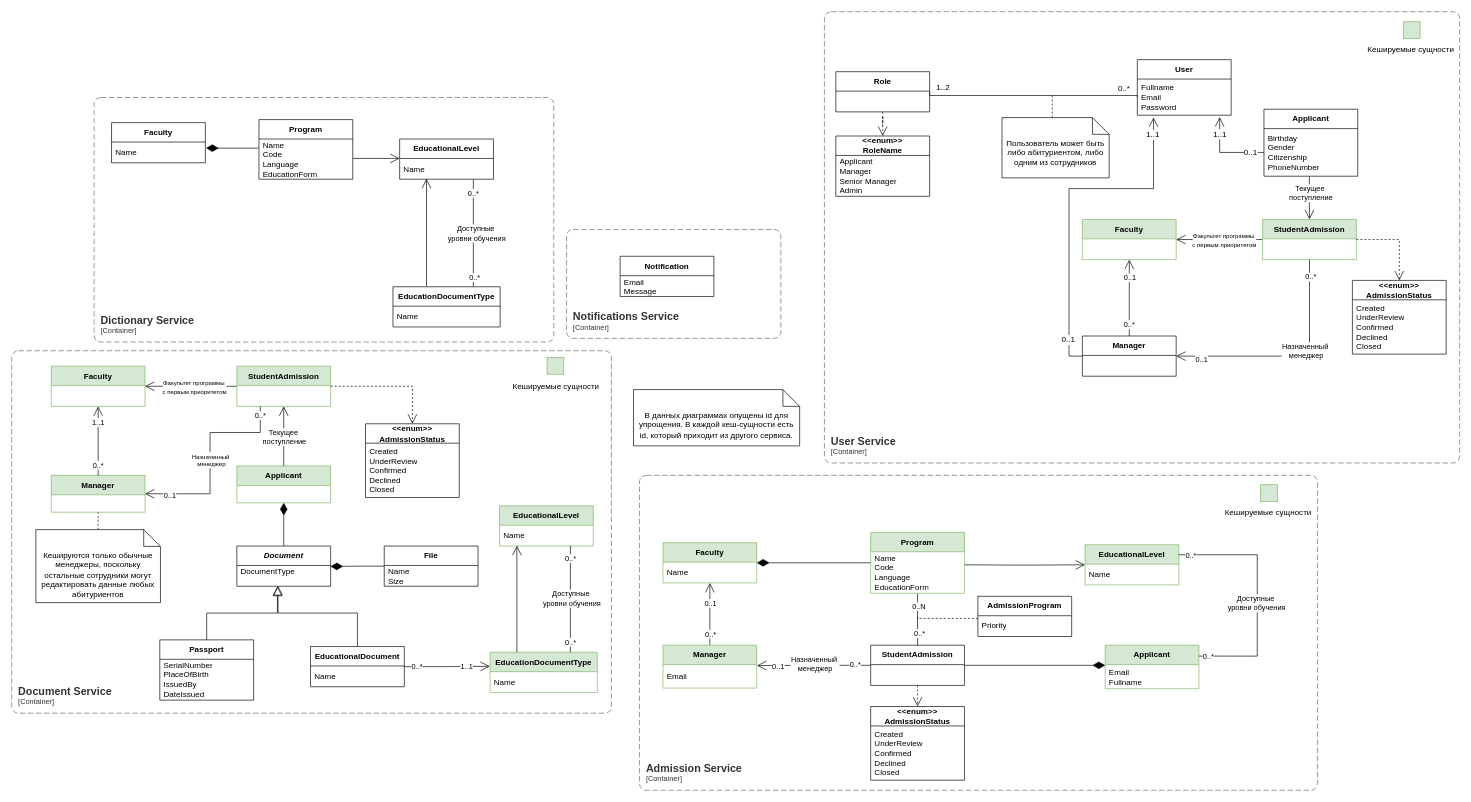
This is page "Class diagram" (4 of 7) of AdmissionSystem.drawio.xml from kubavsop/UniversityAdmission, a draw.io file, before an edit. Source tidied: cells renumbered, new cells numbered last; positions are measured from the earlier drawing's top-left corner, leaving out a move shared by most shapes. Both pictures are drawn from the tidied source at 67%, with x=0, y=0 at pixel (11, 11).
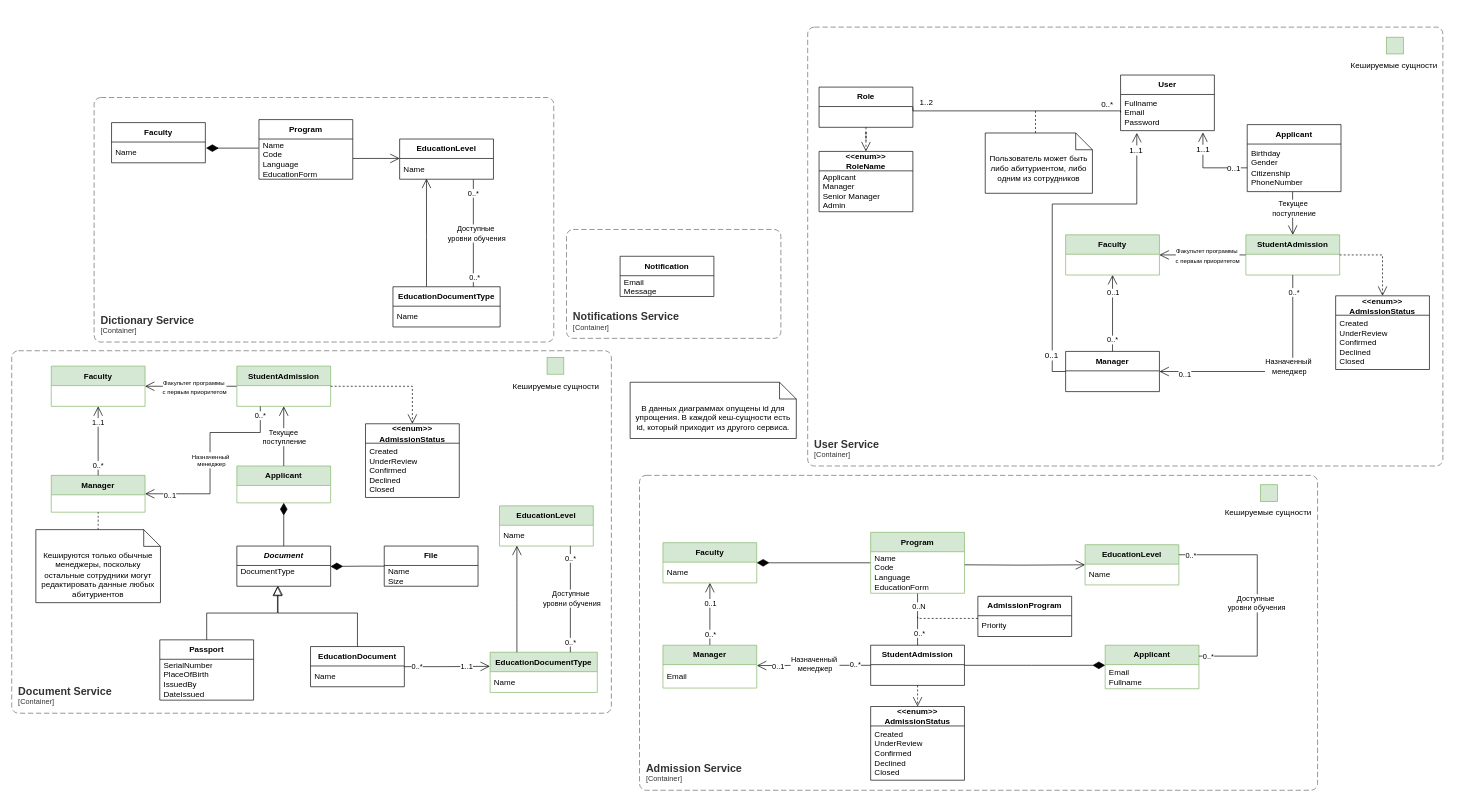
The same diagram, later.

The change refers to these unchanged cells:
```xml
<mxCell id="10" value="Fullname&lt;div&gt;Email&lt;/div&gt;&lt;div&gt;Password&lt;/div&gt;" style="text;html=1;strokeColor=none;fillColor=none;align=left;verticalAlign=middle;spacingLeft=4;spacingRight=4;overflow=hidden;points=[[0,0.5],[1,0.5]];portConstraint=eastwest;whiteSpace=wrap;" parent="9" vertex="1">
  <mxGeometry y="29" width="140" height="54" as="geometry" />
</mxCell>
<mxCell id="119" value="&lt;div&gt;Birthday&lt;/div&gt;&lt;div&gt;Gender&lt;/div&gt;&lt;div&gt;&lt;span style=&quot;background-color: initial;&quot;&gt;Сitizenship&lt;/span&gt;&lt;br&gt;&lt;/div&gt;&lt;div&gt;PhoneNumber&lt;/div&gt;" style="text;html=1;strokeColor=none;fillColor=none;align=left;verticalAlign=middle;spacingLeft=4;spacingRight=4;overflow=hidden;points=[[0,0.5],[1,0.5]];portConstraint=eastwest;whiteSpace=wrap;" parent="118" vertex="1">
  <mxGeometry y="29" width="140" height="71" as="geometry" />
</mxCell>
```

Change to the diagram source:
```diff
@@
     <object id="3" label="&lt;font style=&quot;font-size: 16px&quot;&gt;&lt;b&gt;&lt;div style=&quot;text-align: left&quot;&gt;%c4Name%&lt;/div&gt;&lt;/b&gt;&lt;/font&gt;&lt;div style=&quot;text-align: left&quot;&gt;[%c4Application%]&lt;/div&gt;" c4Application="Container" c4Name="User Service" placeholders="1">
       <mxCell style="rounded=1;fontSize=11;whiteSpace=wrap;html=1;dashed=1;arcSize=20;fillColor=none;strokeColor=#666666;fontColor=#333333;labelBackgroundColor=none;align=left;verticalAlign=bottom;labelBorderColor=none;spacingTop=0;spacing=10;dashPattern=8 4;perimeter=rectanglePerimeter;noLabel=0;labelPadding=0;absoluteArcSize=1;" parent="1" vertex="1">
-        <mxGeometry x="1213" width="948" height="673.5" as="geometry" />
+        <mxGeometry x="1188" y="23" width="948" height="655" as="geometry" />
       </mxCell>
     </object>
@@
     <mxCell id="6" style="edgeStyle=orthogonalEdgeStyle;rounded=0;jettySize=auto;html=1;entryX=0.173;entryY=1.062;entryDx=0;entryDy=0;endArrow=open;endFill=0;endSize=12;exitX=0;exitY=0.5;exitDx=0;exitDy=0;entryPerimeter=0;" parent="1" edge="1" source="144" target="10">
       <mxGeometry relative="1" as="geometry">
         <Array as="points">
-          <mxPoint x="1578" y="514" />
-          <mxPoint x="1578" y="264" />
-          <mxPoint x="1704" y="264" />
+          <mxPoint x="1553" y="537" />
+          <mxPoint x="1553" y="287" />
+          <mxPoint x="1679" y="287" />
         </Array>
       </mxGeometry>
     </mxCell>
@@
     <mxCell id="9" value="User" style="swimlane;fontStyle=1;align=center;verticalAlign=middle;horizontal=1;startSize=29;html=1;whiteSpace=wrap;" parent="1" vertex="1">
-      <mxGeometry x="1680" y="71.5" width="140" height="83" as="geometry" />
+      <mxGeometry x="1655" y="94.5" width="140" height="83" as="geometry" />
     </mxCell>
@@
     <mxCell id="22" style="edgeStyle=orthogonalEdgeStyle;rounded=0;jettySize=auto;html=1;entryX=0;entryY=0.5;entryDx=0;entryDy=0;endArrow=none;endFill=0;exitX=1;exitY=0.5;exitDx=0;exitDy=0;" parent="1" edge="1" source="24" target="10">
       <mxGeometry relative="1" as="geometry">
         <Array as="points">
-          <mxPoint x="1370" y="125" />
-          <mxPoint x="1680" y="125" />
+          <mxPoint x="1345" y="148" />
+          <mxPoint x="1655" y="148" />
         </Array>
       </mxGeometry>
     </mxCell>
@@
     <mxCell id="24" value="Role" style="swimlane;fontStyle=1;align=center;verticalAlign=middle;horizontal=1;startSize=29;html=1;whiteSpace=wrap;" parent="1" vertex="1">
-      <mxGeometry x="1230" y="89.5" width="140" height="60" as="geometry" />
+      <mxGeometry x="1205" y="112.5" width="140" height="60" as="geometry" />
     </mxCell>
     <mxCell id="25" value="&amp;lt;&amp;lt;enum&amp;gt;&amp;gt;&lt;br&gt;RoleName" style="swimlane;fontStyle=1;align=center;verticalAlign=middle;horizontal=1;startSize=29;html=1;whiteSpace=wrap;" parent="1" vertex="1">
-      <mxGeometry x="1230" y="185.5" width="140" height="90" as="geometry" />
+      <mxGeometry x="1205" y="208.5" width="140" height="90" as="geometry" />
     </mxCell>
@@
     <mxCell id="27" value="1..2" style="text;html=1;align=center;verticalAlign=middle;strokeColor=none;fillColor=none;" parent="1" vertex="1">
-      <mxGeometry x="1370" y="98" width="40" height="30" as="geometry" />
+      <mxGeometry x="1345" y="121" width="40" height="30" as="geometry" />
     </mxCell>
     <mxCell id="28" value="0..*" style="text;html=1;align=center;verticalAlign=middle;strokeColor=none;fillColor=none;" parent="1" vertex="1">
-      <mxGeometry x="1640" y="100" width="40" height="30" as="geometry" />
+      <mxGeometry x="1615" y="123" width="40" height="30" as="geometry" />
     </mxCell>
@@
     <mxCell id="32" style="edgeStyle=orthogonalEdgeStyle;rounded=0;jettySize=auto;html=1;endArrow=none;endFill=0;dashed=1;" parent="1" edge="1" source="33">
       <mxGeometry relative="1" as="geometry">
-        <mxPoint x="1553" y="125" as="targetPoint" />
+        <mxPoint x="1528" y="148" as="targetPoint" />
         <Array as="points">
-          <mxPoint x="1553" y="125" />
+          <mxPoint x="1528" y="148" />
         </Array>
       </mxGeometry>
     </mxCell>
     <mxCell id="33" value="Пользователь может быть либо абитуриентом, либо одним из сотрудников" style="shape=note2;boundedLbl=1;whiteSpace=wrap;html=1;size=25;verticalAlign=top;align=center;" parent="1" vertex="1">
-      <mxGeometry x="1478" y="158" width="160" height="90" as="geometry" />
+      <mxGeometry x="1453" y="181" width="160" height="90" as="geometry" />
     </mxCell>
@@
-    <mxCell id="43" value="EducationalLevel" style="swimlane;fontStyle=1;align=center;verticalAlign=middle;horizontal=1;startSize=29;html=1;whiteSpace=wrap;fillColor=#d5e8d4;strokeColor=#82b366;" parent="1" vertex="1">
+    <mxCell id="43" value="EducationLevel" style="swimlane;fontStyle=1;align=center;verticalAlign=middle;horizontal=1;startSize=29;html=1;whiteSpace=wrap;fillColor=#d5e8d4;strokeColor=#82b366;" parent="1" vertex="1">
       <mxGeometry x="1602" y="795.5" width="140" height="60" as="geometry" />
     </mxCell>
@@
-    <mxCell id="54" value="EducationalDocument" style="swimlane;fontStyle=1;align=center;verticalAlign=middle;horizontal=1;startSize=29;html=1;whiteSpace=wrap;" parent="1" vertex="1">
+    <mxCell id="54" value="EducationDocument" style="swimlane;fontStyle=1;align=center;verticalAlign=middle;horizontal=1;startSize=29;html=1;whiteSpace=wrap;" parent="1" vertex="1">
       <mxGeometry x="446" y="947.5" width="140" height="60" as="geometry" />
     </mxCell>
@@
-    <mxCell id="73" value="EducationalLevel" style="swimlane;fontStyle=1;align=center;verticalAlign=middle;horizontal=1;startSize=29;html=1;whiteSpace=wrap;" parent="1" vertex="1">
+    <mxCell id="73" value="EducationLevel" style="swimlane;fontStyle=1;align=center;verticalAlign=middle;horizontal=1;startSize=29;html=1;whiteSpace=wrap;" parent="1" vertex="1">
       <mxGeometry x="579" y="190" width="140" height="60" as="geometry" />
     </mxCell>
@@
-    <mxCell id="107" value="EducationalLevel" style="swimlane;fontStyle=1;align=center;verticalAlign=middle;horizontal=1;startSize=29;html=1;whiteSpace=wrap;fillColor=#d5e8d4;strokeColor=#82b366;" parent="1" vertex="1">
+    <mxCell id="107" value="EducationLevel" style="swimlane;fontStyle=1;align=center;verticalAlign=middle;horizontal=1;startSize=29;html=1;whiteSpace=wrap;fillColor=#d5e8d4;strokeColor=#82b366;" parent="1" vertex="1">
       <mxGeometry x="728" y="737.5" width="140" height="60" as="geometry" />
     </mxCell>
@@
     <mxCell id="118" value="Applicant" style="swimlane;fontStyle=1;align=center;verticalAlign=middle;horizontal=1;startSize=29;html=1;whiteSpace=wrap;" parent="1" vertex="1">
-      <mxGeometry x="1869" y="145.5" width="140" height="100" as="geometry" />
+      <mxGeometry x="1844" y="168.5" width="140" height="100" as="geometry" />
     </mxCell>
@@
     <mxCell id="120" style="edgeStyle=orthogonalEdgeStyle;rounded=0;jettySize=auto;html=1;entryX=0.878;entryY=1.049;entryDx=0;entryDy=0;endArrow=open;endFill=0;endSize=12;entryPerimeter=0;exitX=0;exitY=0.5;exitDx=0;exitDy=0;" parent="1" edge="1" source="119" target="10">
       <mxGeometry relative="1" as="geometry">
         <Array as="points">
-          <mxPoint x="1803" y="210" />
+          <mxPoint x="1778" y="233" />
         </Array>
       </mxGeometry>
     </mxCell>
@@
     <mxCell id="123" value="Faculty" style="swimlane;fontStyle=1;align=center;verticalAlign=middle;horizontal=1;startSize=29;html=1;whiteSpace=wrap;fillColor=#d5e8d4;strokeColor=#82b366;" parent="1" vertex="1">
-      <mxGeometry x="1598" y="310" width="140" height="60" as="geometry" />
+      <mxGeometry x="1573" y="333" width="140" height="60" as="geometry" />
     </mxCell>
@@
     <mxCell id="126" value="StudentAdmission" style="swimlane;fontStyle=1;align=center;verticalAlign=middle;horizontal=1;startSize=29;html=1;whiteSpace=wrap;fillColor=#d5e8d4;strokeColor=#82b366;" parent="1" vertex="1">
-      <mxGeometry x="1867" y="310" width="140" height="60" as="geometry" />
+      <mxGeometry x="1842" y="333" width="140" height="60" as="geometry" />
     </mxCell>
     <mxCell id="127" value="&amp;lt;&amp;lt;enum&amp;gt;&amp;gt;&lt;br&gt;AdmissionStatus" style="swimlane;fontStyle=1;align=center;verticalAlign=middle;horizontal=1;startSize=29;html=1;whiteSpace=wrap;" parent="1" vertex="1">
-      <mxGeometry x="2001" y="401" width="140" height="110" as="geometry" />
+      <mxGeometry x="1976" y="424" width="140" height="110" as="geometry" />
     </mxCell>
@@
     <mxCell id="133" style="rounded=0;whiteSpace=wrap;html=1;fillColor=#d5e8d4;strokeColor=#82b366;" parent="1" vertex="1">
-      <mxGeometry x="2077" y="15" width="25" height="25" as="geometry" />
+      <mxGeometry x="2052" y="38" width="25" height="25" as="geometry" />
     </mxCell>
     <mxCell id="134" value="Кешируемые сущности&lt;div&gt;&lt;br&gt;&lt;/div&gt;" style="text;html=1;align=center;verticalAlign=middle;strokeColor=none;fillColor=none;" parent="1" vertex="1">
-      <mxGeometry x="2014" y="43" width="147" height="41" as="geometry" />
+      <mxGeometry x="1989" y="66" width="147" height="41" as="geometry" />
     </mxCell>
     <mxCell id="135" style="edgeStyle=orthogonalEdgeStyle;rounded=0;jettySize=auto;html=1;endArrow=open;endFill=0;endSize=12;entryX=0.5;entryY=0;entryDx=0;entryDy=0;startArrow=none;startFill=0;exitX=0.484;exitY=1.005;exitDx=0;exitDy=0;exitPerimeter=0;" parent="1" edge="1" source="119" target="126">
       <mxGeometry relative="1" as="geometry">
         <Array as="points">
-          <mxPoint x="1937" y="289" />
-          <mxPoint x="1937" y="289" />
+          <mxPoint x="1912" y="312" />
+          <mxPoint x="1912" y="312" />
         </Array>
       </mxGeometry>
     </mxCell>
@@
     <mxCell id="143" value="В данных диаграммах опущены id для упрощения. В каждой кеш-сущности есть id, который приходит из другого сервиса." style="shape=note2;boundedLbl=1;whiteSpace=wrap;html=1;size=25;verticalAlign=top;align=center;" parent="1" vertex="1">
-      <mxGeometry x="928" y="564" width="248" height="84" as="geometry" />
+      <mxGeometry x="923" y="553" width="248" height="84" as="geometry" />
     </mxCell>
     <mxCell id="144" value="Manager" style="swimlane;fontStyle=1;align=center;verticalAlign=middle;horizontal=1;startSize=29;html=1;whiteSpace=wrap;" parent="1" vertex="1">
-      <mxGeometry x="1598" y="484" width="140" height="60" as="geometry" />
+      <mxGeometry x="1573" y="507" width="140" height="60" as="geometry" />
     </mxCell>
```
